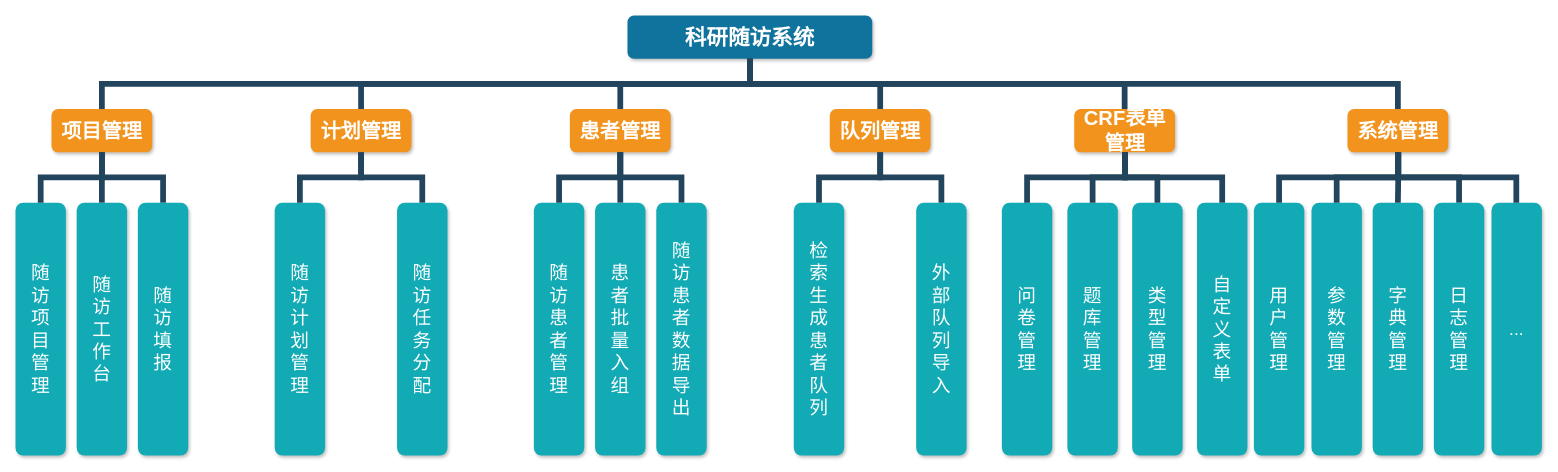
This is 未命名绘图.drawio from young2hao/test, a draw.io file, before an edit. Source tidied: cells renumbered, new cells numbered last; positions are measured from the earlier drawing's top-left corner, leaving out a move shared by most shapes. Both pictures are drawn from the tidied source at 72%, with x=0, y=0 at pixel (15, 15).
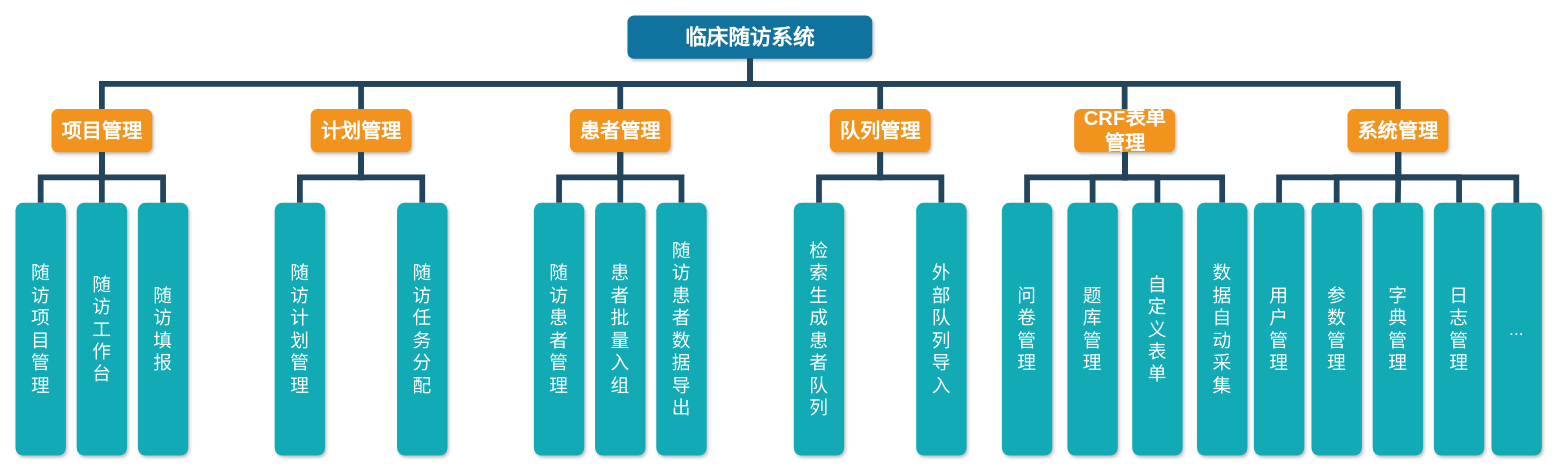
Above is the later version.

The edit, as a diff of the source:
```diff
@@
-    <mxCell id="2" value="科研随访系统" style="whiteSpace=wrap;rounded=1;shadow=1;fillColor=#10739E;strokeColor=none;fontColor=#FFFFFF;fontStyle=1;fontSize=30;" parent="1" vertex="1">
+    <mxCell id="2" value="临床随访系统" style="whiteSpace=wrap;rounded=1;shadow=1;fillColor=#10739E;strokeColor=none;fontColor=#FFFFFF;fontStyle=1;fontSize=30;" parent="1" vertex="1">
       <mxGeometry x="850" width="340" height="60" as="geometry" />
     </mxCell>
@@
-    <mxCell id="22" value="自&#10;定&#10;义&#10;表&#10;单" style="whiteSpace=wrap;rounded=1;fillColor=#12AAB5;strokeColor=none;shadow=1;fontColor=#FFFFFF;fontSize=26;" parent="1" vertex="1">
+    <mxCell id="22" value="数&#10;据&#10;自&#10;动&#10;采&#10;集" style="whiteSpace=wrap;rounded=1;fillColor=#12AAB5;strokeColor=none;shadow=1;fontColor=#FFFFFF;fontSize=26;" parent="1" vertex="1">
       <mxGeometry x="1641" y="260" width="70" height="351" as="geometry" />
     </mxCell>
@@
-    <mxCell id="29" value="类&#10;型&#10;管&#10;理" style="whiteSpace=wrap;rounded=1;fillColor=#12AAB5;strokeColor=none;shadow=1;fontColor=#FFFFFF;fontSize=26;" parent="1" vertex="1">
+    <mxCell id="29" value="自&#10;定&#10;义&#10;表&#10;单" style="whiteSpace=wrap;rounded=1;fillColor=#12AAB5;strokeColor=none;shadow=1;fontColor=#FFFFFF;fontSize=26;" parent="1" vertex="1">
       <mxGeometry x="1551" y="260" width="70" height="351" as="geometry" />
     </mxCell>
```
